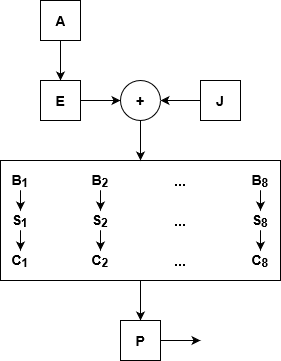
Before: img/feistel.png, a diagram exported from draw.io (AlbertoSpinella/des-3des-js). Source tidied: cells renumbered, new cells last; positions are measured from the earlier drawing's top-left corner, leaving out a move shared by most shapes. Its diagram source:
```xml
<mxGraphModel background="#ffffff">
  <root>
    <mxCell id="0" />
    <mxCell id="1" parent="0" />
    <mxCell id="2" style="edgeStyle=orthogonalEdgeStyle;rounded=0;jettySize=auto;html=1;entryX=0.5;entryY=0;entryDx=0;entryDy=0;" parent="1" edge="1" source="3" target="5">
      <mxGeometry relative="1" as="geometry" />
    </mxCell>
    <mxCell id="3" value="&lt;b&gt;&lt;font style=&quot;font-size: 14px&quot;&gt;A&lt;/font&gt;&lt;/b&gt;" style="rounded=0;whiteSpace=wrap;html=1;" parent="1" vertex="1">
      <mxGeometry x="40" width="40" height="40" as="geometry" />
    </mxCell>
    <mxCell id="4" style="edgeStyle=orthogonalEdgeStyle;rounded=0;jettySize=auto;html=1;entryX=0;entryY=0.5;entryDx=0;entryDy=0;" parent="1" edge="1" source="5" target="13">
      <mxGeometry relative="1" as="geometry" />
    </mxCell>
    <mxCell id="5" value="&lt;b&gt;&lt;font style=&quot;font-size: 14px&quot;&gt;E&lt;/font&gt;&lt;/b&gt;" style="rounded=0;whiteSpace=wrap;html=1;" parent="1" vertex="1">
      <mxGeometry x="40" y="80" width="40" height="40" as="geometry" />
    </mxCell>
    <mxCell id="6" style="edgeStyle=orthogonalEdgeStyle;rounded=0;jettySize=auto;html=1;entryX=1;entryY=0.5;entryDx=0;entryDy=0;" parent="1" edge="1" source="7" target="13">
      <mxGeometry relative="1" as="geometry" />
    </mxCell>
    <mxCell id="7" value="&lt;b&gt;&lt;font style=&quot;font-size: 14px&quot;&gt;J&lt;/font&gt;&lt;/b&gt;" style="rounded=0;whiteSpace=wrap;html=1;" parent="1" vertex="1">
      <mxGeometry x="200" y="80" width="40" height="40" as="geometry" />
    </mxCell>
    <mxCell id="8" style="edgeStyle=orthogonalEdgeStyle;rounded=0;jettySize=auto;html=1;" parent="1" edge="1" source="9">
      <mxGeometry relative="1" as="geometry">
        <mxPoint x="140" y="320" as="targetPoint" />
      </mxGeometry>
    </mxCell>
    <mxCell id="9" style="rounded=0;whiteSpace=wrap;html=1;" parent="1" vertex="1">
      <mxGeometry y="160" width="280" height="120" as="geometry" />
    </mxCell>
    <mxCell id="10" style="edgeStyle=orthogonalEdgeStyle;rounded=0;jettySize=auto;html=1;entryX=0.5;entryY=0;entryDx=0;entryDy=0;" parent="1" edge="1" source="11" target="15">
      <mxGeometry relative="1" as="geometry" />
    </mxCell>
    <mxCell id="11" value="&lt;font style=&quot;font-size: 14px&quot;&gt;&lt;b&gt;B&lt;sub&gt;1&lt;/sub&gt;&lt;/b&gt;&lt;/font&gt;" style="text;html=1;strokeColor=none;fillColor=none;align=center;verticalAlign=middle;whiteSpace=wrap;rounded=0;" parent="1" vertex="1">
      <mxGeometry y="170" width="40" height="20" as="geometry" />
    </mxCell>
    <mxCell id="12" style="edgeStyle=orthogonalEdgeStyle;rounded=0;jettySize=auto;html=1;entryX=0.5;entryY=0;entryDx=0;entryDy=0;" parent="1" edge="1" source="13" target="9">
      <mxGeometry relative="1" as="geometry" />
    </mxCell>
    <mxCell id="13" value="&lt;font style=&quot;font-size: 14px&quot;&gt;&lt;b&gt;+&lt;/b&gt;&lt;/font&gt;" style="ellipse;whiteSpace=wrap;html=1;" parent="1" vertex="1">
      <mxGeometry x="120" y="80" width="40" height="40" as="geometry" />
    </mxCell>
    <mxCell id="14" style="edgeStyle=orthogonalEdgeStyle;rounded=0;jettySize=auto;html=1;entryX=0.5;entryY=0;entryDx=0;entryDy=0;" parent="1" edge="1" source="15" target="16">
      <mxGeometry relative="1" as="geometry" />
    </mxCell>
    <mxCell id="15" value="&lt;font style=&quot;font-size: 14px&quot;&gt;&lt;b&gt;S&lt;sub&gt;1&lt;/sub&gt;&lt;/b&gt;&lt;/font&gt;" style="text;html=1;strokeColor=none;fillColor=none;align=center;verticalAlign=middle;whiteSpace=wrap;rounded=0;" parent="1" vertex="1">
      <mxGeometry y="210" width="40" height="20" as="geometry" />
    </mxCell>
    <mxCell id="16" value="&lt;font style=&quot;font-size: 14px&quot;&gt;&lt;b&gt;C&lt;sub&gt;1&lt;/sub&gt;&lt;/b&gt;&lt;/font&gt;" style="text;html=1;strokeColor=none;fillColor=none;align=center;verticalAlign=middle;whiteSpace=wrap;rounded=0;" parent="1" vertex="1">
      <mxGeometry y="250" width="40" height="20" as="geometry" />
    </mxCell>
    <mxCell id="17" style="edgeStyle=orthogonalEdgeStyle;rounded=0;jettySize=auto;html=1;entryX=0.5;entryY=0;entryDx=0;entryDy=0;" parent="1" edge="1" source="18" target="20">
      <mxGeometry relative="1" as="geometry" />
    </mxCell>
    <mxCell id="18" value="&lt;font style=&quot;font-size: 14px&quot;&gt;&lt;b&gt;B&lt;sub&gt;2&lt;/sub&gt;&lt;/b&gt;&lt;/font&gt;" style="text;html=1;strokeColor=none;fillColor=none;align=center;verticalAlign=middle;whiteSpace=wrap;rounded=0;" parent="1" vertex="1">
      <mxGeometry x="80" y="170" width="40" height="20" as="geometry" />
    </mxCell>
    <mxCell id="19" style="edgeStyle=orthogonalEdgeStyle;rounded=0;jettySize=auto;html=1;entryX=0.5;entryY=0;entryDx=0;entryDy=0;" parent="1" edge="1" source="20" target="21">
      <mxGeometry relative="1" as="geometry" />
    </mxCell>
    <mxCell id="20" value="&lt;font style=&quot;font-size: 14px&quot;&gt;&lt;b&gt;S&lt;sub&gt;2&lt;/sub&gt;&lt;/b&gt;&lt;/font&gt;" style="text;html=1;strokeColor=none;fillColor=none;align=center;verticalAlign=middle;whiteSpace=wrap;rounded=0;" parent="1" vertex="1">
      <mxGeometry x="80" y="210" width="40" height="20" as="geometry" />
    </mxCell>
    <mxCell id="21" value="&lt;font style=&quot;font-size: 14px&quot;&gt;&lt;b&gt;C&lt;sub&gt;2&lt;/sub&gt;&lt;/b&gt;&lt;/font&gt;" style="text;html=1;strokeColor=none;fillColor=none;align=center;verticalAlign=middle;whiteSpace=wrap;rounded=0;" parent="1" vertex="1">
      <mxGeometry x="80" y="250" width="40" height="20" as="geometry" />
    </mxCell>
    <mxCell id="22" value="&lt;font style=&quot;font-size: 14px&quot;&gt;&lt;b&gt;...&lt;/b&gt;&lt;/font&gt;" style="text;html=1;strokeColor=none;fillColor=none;align=center;verticalAlign=middle;whiteSpace=wrap;rounded=0;" parent="1" vertex="1">
      <mxGeometry x="160" y="170" width="40" height="20" as="geometry" />
    </mxCell>
    <mxCell id="23" style="edgeStyle=orthogonalEdgeStyle;rounded=0;jettySize=auto;html=1;entryX=0.5;entryY=0;entryDx=0;entryDy=0;" parent="1" edge="1" source="24" target="26">
      <mxGeometry relative="1" as="geometry" />
    </mxCell>
    <mxCell id="24" value="&lt;font style=&quot;font-size: 14px&quot;&gt;&lt;b&gt;B&lt;sub&gt;8&lt;/sub&gt;&lt;/b&gt;&lt;/font&gt;" style="text;html=1;strokeColor=none;fillColor=none;align=center;verticalAlign=middle;whiteSpace=wrap;rounded=0;" parent="1" vertex="1">
      <mxGeometry x="240" y="170" width="40" height="20" as="geometry" />
    </mxCell>
    <mxCell id="25" style="edgeStyle=orthogonalEdgeStyle;rounded=0;jettySize=auto;html=1;entryX=0.5;entryY=0;entryDx=0;entryDy=0;" parent="1" edge="1" source="26" target="27">
      <mxGeometry relative="1" as="geometry" />
    </mxCell>
    <mxCell id="26" value="&lt;font style=&quot;font-size: 14px&quot;&gt;&lt;b&gt;S&lt;sub&gt;8&lt;/sub&gt;&lt;/b&gt;&lt;/font&gt;" style="text;html=1;strokeColor=none;fillColor=none;align=center;verticalAlign=middle;whiteSpace=wrap;rounded=0;" parent="1" vertex="1">
      <mxGeometry x="240" y="210" width="40" height="20" as="geometry" />
    </mxCell>
    <mxCell id="27" value="&lt;font style=&quot;font-size: 14px&quot;&gt;&lt;b&gt;C&lt;sub&gt;8&lt;/sub&gt;&lt;/b&gt;&lt;/font&gt;" style="text;html=1;strokeColor=none;fillColor=none;align=center;verticalAlign=middle;whiteSpace=wrap;rounded=0;" parent="1" vertex="1">
      <mxGeometry x="240" y="250" width="40" height="20" as="geometry" />
    </mxCell>
    <mxCell id="28" value="&lt;font style=&quot;font-size: 14px&quot;&gt;&lt;b&gt;...&lt;/b&gt;&lt;/font&gt;" style="text;html=1;strokeColor=none;fillColor=none;align=center;verticalAlign=middle;whiteSpace=wrap;rounded=0;" parent="1" vertex="1">
      <mxGeometry x="160" y="210" width="40" height="20" as="geometry" />
    </mxCell>
    <mxCell id="29" value="&lt;font style=&quot;font-size: 14px&quot;&gt;&lt;b&gt;...&lt;/b&gt;&lt;/font&gt;" style="text;html=1;strokeColor=none;fillColor=none;align=center;verticalAlign=middle;whiteSpace=wrap;rounded=0;" parent="1" vertex="1">
      <mxGeometry x="160" y="250" width="40" height="20" as="geometry" />
    </mxCell>
    <mxCell id="30" style="edgeStyle=orthogonalEdgeStyle;rounded=0;jettySize=auto;html=1;" parent="1" edge="1" source="31">
      <mxGeometry relative="1" as="geometry">
        <mxPoint x="200" y="340" as="targetPoint" />
      </mxGeometry>
    </mxCell>
    <mxCell id="31" value="&lt;b&gt;&lt;font style=&quot;font-size: 14px&quot;&gt;P&lt;/font&gt;&lt;/b&gt;" style="rounded=0;whiteSpace=wrap;html=1;" parent="1" vertex="1">
      <mxGeometry x="120" y="320" width="40" height="40" as="geometry" />
    </mxCell>
  </root>
</mxGraphModel>
```
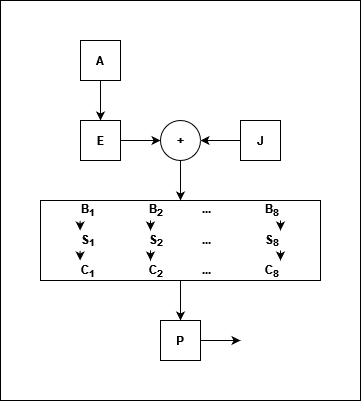
Later version of the same file.

The edit, as a diff of the source:
```diff
@@ -1,100 +1,92 @@
-<mxGraphModel background="#ffffff">
+<mxGraphModel>
   <root>
     <mxCell id="0" />
     <mxCell id="1" parent="0" />
+    <mxCell id="32" style="rounded=0;whiteSpace=wrap;html=1;" parent="1" vertex="1">
+      <mxGeometry x="-40" y="-40" width="360" height="400" as="geometry" />
+    </mxCell>
-    <mxCell id="2" style="edgeStyle=orthogonalEdgeStyle;rounded=0;jettySize=auto;html=1;entryX=0.5;entryY=0;entryDx=0;entryDy=0;" parent="1" edge="1" source="3" target="5">
+    <mxCell id="2" style="edgeStyle=orthogonalEdgeStyle;rounded=0;jettySize=auto;html=1;entryX=0.5;entryY=0;entryDx=0;entryDy=0;fontStyle=1;" parent="1" edge="1" source="3" target="5">
       <mxGeometry relative="1" as="geometry" />
     </mxCell>
-    <mxCell id="3" value="&lt;b&gt;&lt;font style=&quot;font-size: 14px&quot;&gt;A&lt;/font&gt;&lt;/b&gt;" style="rounded=0;whiteSpace=wrap;html=1;" parent="1" vertex="1">
+    <mxCell id="3" value="A" style="rounded=0;whiteSpace=wrap;html=1;fontStyle=1;" parent="1" vertex="1">
       <mxGeometry x="40" width="40" height="40" as="geometry" />
     </mxCell>
-    <mxCell id="4" style="edgeStyle=orthogonalEdgeStyle;rounded=0;jettySize=auto;html=1;entryX=0;entryY=0.5;entryDx=0;entryDy=0;" parent="1" edge="1" source="5" target="13">
+    <mxCell id="4" style="edgeStyle=orthogonalEdgeStyle;rounded=0;jettySize=auto;html=1;entryX=0;entryY=0.5;entryDx=0;entryDy=0;fontStyle=1;" parent="1" edge="1" source="5" target="13">
       <mxGeometry relative="1" as="geometry" />
     </mxCell>
-    <mxCell id="5" value="&lt;b&gt;&lt;font style=&quot;font-size: 14px&quot;&gt;E&lt;/font&gt;&lt;/b&gt;" style="rounded=0;whiteSpace=wrap;html=1;" parent="1" vertex="1">
+    <mxCell id="5" value="E" style="rounded=0;whiteSpace=wrap;html=1;fontStyle=1;" parent="1" vertex="1">
       <mxGeometry x="40" y="80" width="40" height="40" as="geometry" />
     </mxCell>
-    <mxCell id="6" style="edgeStyle=orthogonalEdgeStyle;rounded=0;jettySize=auto;html=1;entryX=1;entryY=0.5;entryDx=0;entryDy=0;" parent="1" edge="1" source="7" target="13">
+    <mxCell id="6" style="edgeStyle=orthogonalEdgeStyle;rounded=0;jettySize=auto;html=1;entryX=1;entryY=0.5;entryDx=0;entryDy=0;fontStyle=1;" parent="1" edge="1" source="7" target="13">
       <mxGeometry relative="1" as="geometry" />
     </mxCell>
-    <mxCell id="7" value="&lt;b&gt;&lt;font style=&quot;font-size: 14px&quot;&gt;J&lt;/font&gt;&lt;/b&gt;" style="rounded=0;whiteSpace=wrap;html=1;" parent="1" vertex="1">
+    <mxCell id="7" value="J" style="rounded=0;whiteSpace=wrap;html=1;fontStyle=1;" parent="1" vertex="1">
       <mxGeometry x="200" y="80" width="40" height="40" as="geometry" />
     </mxCell>
-    <mxCell id="8" style="edgeStyle=orthogonalEdgeStyle;rounded=0;jettySize=auto;html=1;" parent="1" edge="1" source="9">
-      <mxGeometry relative="1" as="geometry">
-        <mxPoint x="140" y="320" as="targetPoint" />
-      </mxGeometry>
-    </mxCell>
-    <mxCell id="9" style="rounded=0;whiteSpace=wrap;html=1;" parent="1" vertex="1">
-      <mxGeometry y="160" width="280" height="120" as="geometry" />
-    </mxCell>
-    <mxCell id="10" style="edgeStyle=orthogonalEdgeStyle;rounded=0;jettySize=auto;html=1;entryX=0.5;entryY=0;entryDx=0;entryDy=0;" parent="1" edge="1" source="11" target="15">
-      <mxGeometry relative="1" as="geometry" />
-    </mxCell>
-    <mxCell id="11" value="&lt;font style=&quot;font-size: 14px&quot;&gt;&lt;b&gt;B&lt;sub&gt;1&lt;/sub&gt;&lt;/b&gt;&lt;/font&gt;" style="text;html=1;strokeColor=none;fillColor=none;align=center;verticalAlign=middle;whiteSpace=wrap;rounded=0;" parent="1" vertex="1">
-      <mxGeometry y="170" width="40" height="20" as="geometry" />
-    </mxCell>
-    <mxCell id="12" style="edgeStyle=orthogonalEdgeStyle;rounded=0;jettySize=auto;html=1;entryX=0.5;entryY=0;entryDx=0;entryDy=0;" parent="1" edge="1" source="13" target="9">
-      <mxGeometry relative="1" as="geometry" />
-    </mxCell>
+    <mxCell id="33" style="edgeStyle=orthogonalEdgeStyle;rounded=0;jettySize=auto;html=1;entryX=0.5;entryY=0;entryDx=0;entryDy=0;fontStyle=1;" parent="1" edge="1" source="34" target="31">
+      <mxGeometry relative="1" as="geometry" />
+    </mxCell>
+    <mxCell id="34" value="&lt;div&gt;B&lt;sub&gt;1&lt;/sub&gt;&amp;nbsp;&amp;nbsp;&amp;nbsp;&amp;nbsp;&amp;nbsp; &amp;nbsp; &amp;nbsp; &amp;nbsp; &amp;nbsp; &amp;nbsp; &amp;nbsp; B&lt;sub&gt;2&lt;/sub&gt; &amp;nbsp; &amp;nbsp; &amp;nbsp;&amp;nbsp;&amp;nbsp;&amp;nbsp;&amp;nbsp;&amp;nbsp;&amp;nbsp; ... &amp;nbsp; &amp;nbsp; &amp;nbsp; &amp;nbsp; &amp;nbsp; &amp;nbsp; &amp;nbsp; &amp;nbsp;&amp;nbsp; B&lt;sub&gt;8&lt;/sub&gt;&lt;br&gt;&lt;/div&gt;&lt;div&gt;&lt;br&gt;&lt;/div&gt;&lt;div&gt;S&lt;sub&gt;1&lt;/sub&gt;&amp;nbsp;&amp;nbsp;&amp;nbsp;&amp;nbsp;&amp;nbsp; &amp;nbsp; &amp;nbsp; &amp;nbsp; &amp;nbsp; &amp;nbsp; &amp;nbsp; S&lt;sub&gt;2&lt;/sub&gt; &amp;nbsp; &amp;nbsp; &amp;nbsp;&amp;nbsp;&amp;nbsp;&amp;nbsp;&amp;nbsp;&amp;nbsp;&amp;nbsp; ... &amp;nbsp; &amp;nbsp; &amp;nbsp; &amp;nbsp; &amp;nbsp; &amp;nbsp; &amp;nbsp; &amp;nbsp;&amp;nbsp; S&lt;sub&gt;8&lt;/sub&gt;&lt;/div&gt;&lt;div&gt;&lt;br&gt;&lt;/div&gt;&lt;div&gt;C&lt;sub&gt;1&lt;/sub&gt;&amp;nbsp;&amp;nbsp;&amp;nbsp;&amp;nbsp;&amp;nbsp; &amp;nbsp; &amp;nbsp; &amp;nbsp; &amp;nbsp; &amp;nbsp; &amp;nbsp; C&lt;sub&gt;2&lt;/sub&gt; &amp;nbsp; &amp;nbsp; &amp;nbsp;&amp;nbsp;&amp;nbsp;&amp;nbsp;&amp;nbsp;&amp;nbsp;&amp;nbsp; ... &amp;nbsp; &amp;nbsp; &amp;nbsp; &amp;nbsp; &amp;nbsp; &amp;nbsp; &amp;nbsp; &amp;nbsp;&amp;nbsp; C&lt;sub&gt;8&lt;/sub&gt;&lt;/div&gt;" style="rounded=0;whiteSpace=wrap;html=1;fontStyle=1;" parent="1" vertex="1">
+      <mxGeometry y="160" width="280" height="80" as="geometry" />
+    </mxCell>
+    <mxCell id="35" style="edgeStyle=orthogonalEdgeStyle;rounded=0;jettySize=auto;html=1;fontStyle=1;" parent="1" edge="1" source="31">
+      <mxGeometry relative="1" as="geometry">
+        <mxPoint x="200" y="300" as="targetPoint" />
+      </mxGeometry>
+    </mxCell>
+    <mxCell id="31" value="P" style="rounded=0;whiteSpace=wrap;html=1;fontStyle=1;" parent="1" vertex="1">
+      <mxGeometry x="120" y="280" width="40" height="40" as="geometry" />
+    </mxCell>
+    <mxCell id="36" style="edgeStyle=orthogonalEdgeStyle;rounded=0;jettySize=auto;html=1;entryX=0.5;entryY=0;entryDx=0;entryDy=0;fontStyle=1;" parent="1" edge="1" source="13" target="34">
+      <mxGeometry relative="1" as="geometry" />
+    </mxCell>
-    <mxCell id="13" value="&lt;font style=&quot;font-size: 14px&quot;&gt;&lt;b&gt;+&lt;/b&gt;&lt;/font&gt;" style="ellipse;whiteSpace=wrap;html=1;" parent="1" vertex="1">
+    <mxCell id="13" value="+" style="ellipse;whiteSpace=wrap;html=1;fontStyle=1;" parent="1" vertex="1">
       <mxGeometry x="120" y="80" width="40" height="40" as="geometry" />
     </mxCell>
-    <mxCell id="14" style="edgeStyle=orthogonalEdgeStyle;rounded=0;jettySize=auto;html=1;entryX=0.5;entryY=0;entryDx=0;entryDy=0;" parent="1" edge="1" source="15" target="16">
-      <mxGeometry relative="1" as="geometry" />
-    </mxCell>
-    <mxCell id="15" value="&lt;font style=&quot;font-size: 14px&quot;&gt;&lt;b&gt;S&lt;sub&gt;1&lt;/sub&gt;&lt;/b&gt;&lt;/font&gt;" style="text;html=1;strokeColor=none;fillColor=none;align=center;verticalAlign=middle;whiteSpace=wrap;rounded=0;" parent="1" vertex="1">
-      <mxGeometry y="210" width="40" height="20" as="geometry" />
-    </mxCell>
-    <mxCell id="16" value="&lt;font style=&quot;font-size: 14px&quot;&gt;&lt;b&gt;C&lt;sub&gt;1&lt;/sub&gt;&lt;/b&gt;&lt;/font&gt;" style="text;html=1;strokeColor=none;fillColor=none;align=center;verticalAlign=middle;whiteSpace=wrap;rounded=0;" parent="1" vertex="1">
-      <mxGeometry y="250" width="40" height="20" as="geometry" />
-    </mxCell>
-    <mxCell id="17" style="edgeStyle=orthogonalEdgeStyle;rounded=0;jettySize=auto;html=1;entryX=0.5;entryY=0;entryDx=0;entryDy=0;" parent="1" edge="1" source="18" target="20">
-      <mxGeometry relative="1" as="geometry" />
-    </mxCell>
-    <mxCell id="18" value="&lt;font style=&quot;font-size: 14px&quot;&gt;&lt;b&gt;B&lt;sub&gt;2&lt;/sub&gt;&lt;/b&gt;&lt;/font&gt;" style="text;html=1;strokeColor=none;fillColor=none;align=center;verticalAlign=middle;whiteSpace=wrap;rounded=0;" parent="1" vertex="1">
-      <mxGeometry x="80" y="170" width="40" height="20" as="geometry" />
-    </mxCell>
-    <mxCell id="19" style="edgeStyle=orthogonalEdgeStyle;rounded=0;jettySize=auto;html=1;entryX=0.5;entryY=0;entryDx=0;entryDy=0;" parent="1" edge="1" source="20" target="21">
-      <mxGeometry relative="1" as="geometry" />
-    </mxCell>
-    <mxCell id="20" value="&lt;font style=&quot;font-size: 14px&quot;&gt;&lt;b&gt;S&lt;sub&gt;2&lt;/sub&gt;&lt;/b&gt;&lt;/font&gt;" style="text;html=1;strokeColor=none;fillColor=none;align=center;verticalAlign=middle;whiteSpace=wrap;rounded=0;" parent="1" vertex="1">
-      <mxGeometry x="80" y="210" width="40" height="20" as="geometry" />
-    </mxCell>
-    <mxCell id="21" value="&lt;font style=&quot;font-size: 14px&quot;&gt;&lt;b&gt;C&lt;sub&gt;2&lt;/sub&gt;&lt;/b&gt;&lt;/font&gt;" style="text;html=1;strokeColor=none;fillColor=none;align=center;verticalAlign=middle;whiteSpace=wrap;rounded=0;" parent="1" vertex="1">
-      <mxGeometry x="80" y="250" width="40" height="20" as="geometry" />
-    </mxCell>
-    <mxCell id="22" value="&lt;font style=&quot;font-size: 14px&quot;&gt;&lt;b&gt;...&lt;/b&gt;&lt;/font&gt;" style="text;html=1;strokeColor=none;fillColor=none;align=center;verticalAlign=middle;whiteSpace=wrap;rounded=0;" parent="1" vertex="1">
-      <mxGeometry x="160" y="170" width="40" height="20" as="geometry" />
-    </mxCell>
-    <mxCell id="23" style="edgeStyle=orthogonalEdgeStyle;rounded=0;jettySize=auto;html=1;entryX=0.5;entryY=0;entryDx=0;entryDy=0;" parent="1" edge="1" source="24" target="26">
-      <mxGeometry relative="1" as="geometry" />
-    </mxCell>
-    <mxCell id="24" value="&lt;font style=&quot;font-size: 14px&quot;&gt;&lt;b&gt;B&lt;sub&gt;8&lt;/sub&gt;&lt;/b&gt;&lt;/font&gt;" style="text;html=1;strokeColor=none;fillColor=none;align=center;verticalAlign=middle;whiteSpace=wrap;rounded=0;" parent="1" vertex="1">
-      <mxGeometry x="240" y="170" width="40" height="20" as="geometry" />
-    </mxCell>
-    <mxCell id="25" style="edgeStyle=orthogonalEdgeStyle;rounded=0;jettySize=auto;html=1;entryX=0.5;entryY=0;entryDx=0;entryDy=0;" parent="1" edge="1" source="26" target="27">
-      <mxGeometry relative="1" as="geometry" />
-    </mxCell>
-    <mxCell id="26" value="&lt;font style=&quot;font-size: 14px&quot;&gt;&lt;b&gt;S&lt;sub&gt;8&lt;/sub&gt;&lt;/b&gt;&lt;/font&gt;" style="text;html=1;strokeColor=none;fillColor=none;align=center;verticalAlign=middle;whiteSpace=wrap;rounded=0;" parent="1" vertex="1">
-      <mxGeometry x="240" y="210" width="40" height="20" as="geometry" />
-    </mxCell>
-    <mxCell id="27" value="&lt;font style=&quot;font-size: 14px&quot;&gt;&lt;b&gt;C&lt;sub&gt;8&lt;/sub&gt;&lt;/b&gt;&lt;/font&gt;" style="text;html=1;strokeColor=none;fillColor=none;align=center;verticalAlign=middle;whiteSpace=wrap;rounded=0;" parent="1" vertex="1">
-      <mxGeometry x="240" y="250" width="40" height="20" as="geometry" />
-    </mxCell>
-    <mxCell id="28" value="&lt;font style=&quot;font-size: 14px&quot;&gt;&lt;b&gt;...&lt;/b&gt;&lt;/font&gt;" style="text;html=1;strokeColor=none;fillColor=none;align=center;verticalAlign=middle;whiteSpace=wrap;rounded=0;" parent="1" vertex="1">
-      <mxGeometry x="160" y="210" width="40" height="20" as="geometry" />
-    </mxCell>
-    <mxCell id="29" value="&lt;font style=&quot;font-size: 14px&quot;&gt;&lt;b&gt;...&lt;/b&gt;&lt;/font&gt;" style="text;html=1;strokeColor=none;fillColor=none;align=center;verticalAlign=middle;whiteSpace=wrap;rounded=0;" parent="1" vertex="1">
-      <mxGeometry x="160" y="250" width="40" height="20" as="geometry" />
-    </mxCell>
-    <mxCell id="30" style="edgeStyle=orthogonalEdgeStyle;rounded=0;jettySize=auto;html=1;" parent="1" edge="1" source="31">
-      <mxGeometry relative="1" as="geometry">
-        <mxPoint x="200" y="340" as="targetPoint" />
-      </mxGeometry>
-    </mxCell>
-    <mxCell id="31" value="&lt;b&gt;&lt;font style=&quot;font-size: 14px&quot;&gt;P&lt;/font&gt;&lt;/b&gt;" style="rounded=0;whiteSpace=wrap;html=1;" parent="1" vertex="1">
-      <mxGeometry x="120" y="320" width="40" height="40" as="geometry" />
-    </mxCell>
+    <mxCell id="37" style="endArrow=classic;html=1;rounded=0;" parent="1" edge="1">
+      <mxGeometry x="1" y="-76" relative="1" as="geometry">
+        <mxPoint x="39.6" y="210" as="sourcePoint" />
+        <mxPoint x="39.6" y="220" as="targetPoint" />
+        <mxPoint x="6" y="30" as="offset" />
+      </mxGeometry>
+    </mxCell>
+    <mxCell id="38" style="endArrow=classic;html=1;rounded=0;" parent="1" edge="1">
+      <mxGeometry x="1" y="-76" relative="1" as="geometry">
+        <mxPoint x="39.6" y="180" as="sourcePoint" />
+        <mxPoint x="39.6" y="190" as="targetPoint" />
+        <mxPoint x="6" y="30" as="offset" />
+      </mxGeometry>
+    </mxCell>
+    <mxCell id="39" style="endArrow=classic;html=1;rounded=0;" parent="1" edge="1">
+      <mxGeometry x="1" y="-76" relative="1" as="geometry">
+        <mxPoint x="110" y="180" as="sourcePoint" />
+        <mxPoint x="110" y="190" as="targetPoint" />
+        <Array as="points">
+          <mxPoint x="110" y="180" />
+        </Array>
+        <mxPoint x="6" y="30" as="offset" />
+      </mxGeometry>
+    </mxCell>
+    <mxCell id="40" style="endArrow=classic;html=1;rounded=0;" parent="1" edge="1">
+      <mxGeometry x="1" y="-76" relative="1" as="geometry">
+        <mxPoint x="110" y="210" as="sourcePoint" />
+        <mxPoint x="110" y="220" as="targetPoint" />
+        <mxPoint x="6" y="30" as="offset" />
+      </mxGeometry>
+    </mxCell>
+    <mxCell id="41" style="endArrow=classic;html=1;rounded=0;" parent="1" edge="1">
+      <mxGeometry x="1" y="-76" relative="1" as="geometry">
+        <mxPoint x="240" y="180" as="sourcePoint" />
+        <mxPoint x="240" y="190" as="targetPoint" />
+        <mxPoint x="6" y="30" as="offset" />
+      </mxGeometry>
+    </mxCell>
+    <mxCell id="42" style="endArrow=classic;html=1;rounded=0;" parent="1" edge="1">
+      <mxGeometry x="1" y="-76" relative="1" as="geometry">
+        <mxPoint x="240" y="210" as="sourcePoint" />
+        <mxPoint x="240" y="220" as="targetPoint" />
+        <mxPoint x="6" y="30" as="offset" />
+      </mxGeometry>
+    </mxCell>
   </root>
 </mxGraphModel>
```
